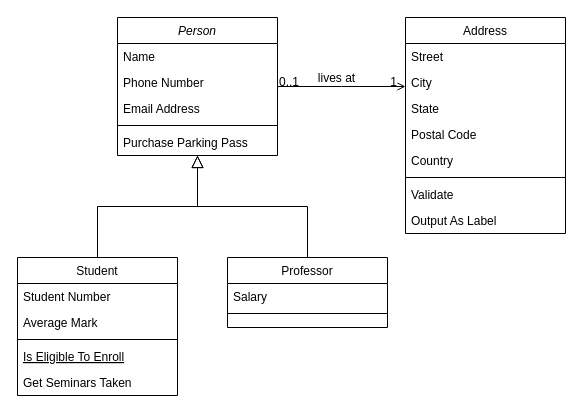
Before: DS8 Airline Scheduling System.drawio in keyboard-face/DS8-Software-Engineering, a draw.io diagram. Source tidied: cells renumbered, new cells numbered last; positions are measured from the earlier drawing's top-left corner, leaving out a move shared by most shapes. Both pictures are drawn from the tidied source at 100%, with x=0, y=0 at pixel (17, 17).
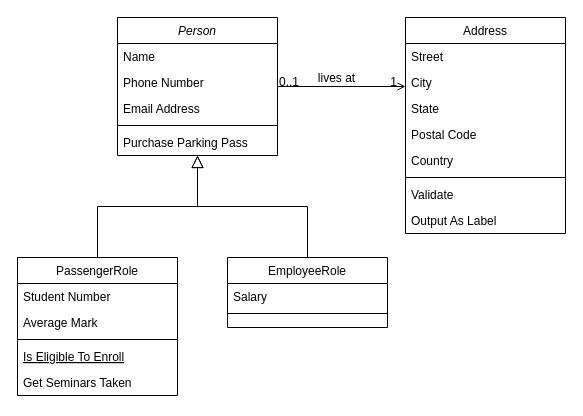
Above is the later version.

Change to the diagram source:
```diff
@@
-    <mxCell id="8" value="Student" style="swimlane;fontStyle=0;align=center;verticalAlign=top;horizontal=1;startSize=26;rounded=0;shadow=0;strokeWidth=1;" parent="1" vertex="1">
+    <mxCell id="8" value="PassengerRole" style="swimlane;fontStyle=0;align=center;verticalAlign=top;horizontal=1;startSize=26;rounded=0;shadow=0;strokeWidth=1;" parent="1" vertex="1">
       <mxGeometry y="240" width="160" height="138" as="geometry" />
     </mxCell>
@@
-    <mxCell id="15" value="Professor" style="swimlane;fontStyle=0;align=center;verticalAlign=top;horizontal=1;startSize=26;rounded=0;shadow=0;strokeWidth=1;" parent="1" vertex="1">
+    <mxCell id="15" value="EmployeeRole" style="swimlane;fontStyle=0;align=center;verticalAlign=top;horizontal=1;startSize=26;rounded=0;shadow=0;strokeWidth=1;" parent="1" vertex="1">
       <mxGeometry x="210" y="240" width="160" height="70" as="geometry" />
     </mxCell>
```
